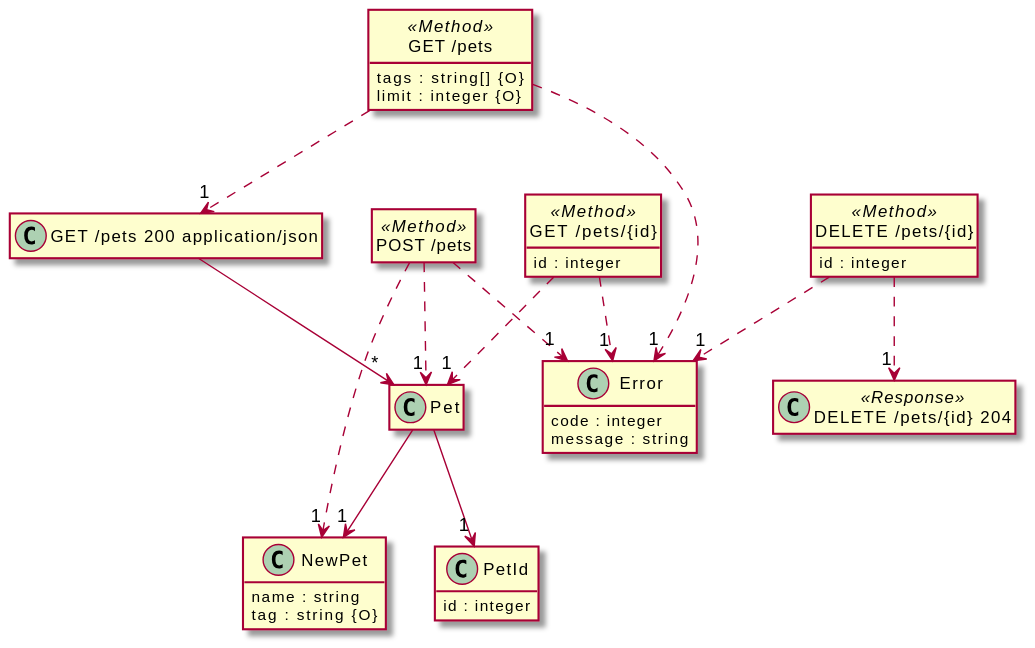
This is src/docs/tests/petstore-expanded.puml.svg from davidmoten/openapi-to-plantuml, a PlantUML export, as it was before one commit.
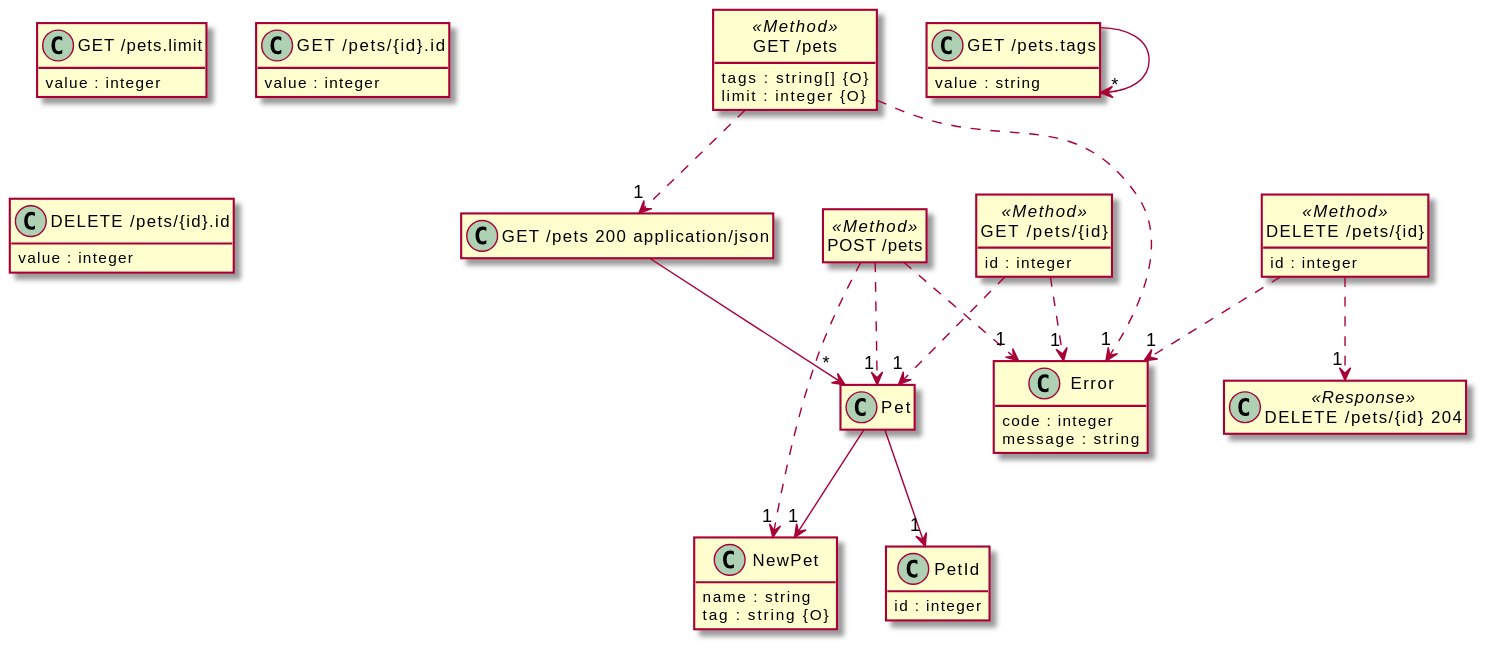
After the commit.

What changed in the source:
```diff
@@ -26,6 +26,17 @@
   limit : integer {O}
 }
 
+class "GET /pets.tags" {
+  value : string
+}
+
+class "GET /pets.tags" {
+}
+
+class "GET /pets.limit" {
+  value : integer
+}
+
 class "GET /pets 200 application/json" {
 }
 
@@ -36,8 +47,16 @@
   id : integer
 }
 
+class "GET /pets/{id}.id" {
+  value : integer
+}
+
 class "DELETE /pets/{id}" <<Method>> {
   id : integer
+}
+
+class "DELETE /pets/{id}.id" {
+  value : integer
 }
 
 class "DELETE /pets/{id} 204" <<Response>> {
@@ -46,6 +65,8 @@
 "Pet" --> "1" "NewPet"
 
 "Pet" --> "1" "PetId"
+
+"GET /pets.tags" --> "*" "GET /pets.tags"
 
 "GET /pets 200 application/json" --> "*" "Pet"
 
```
